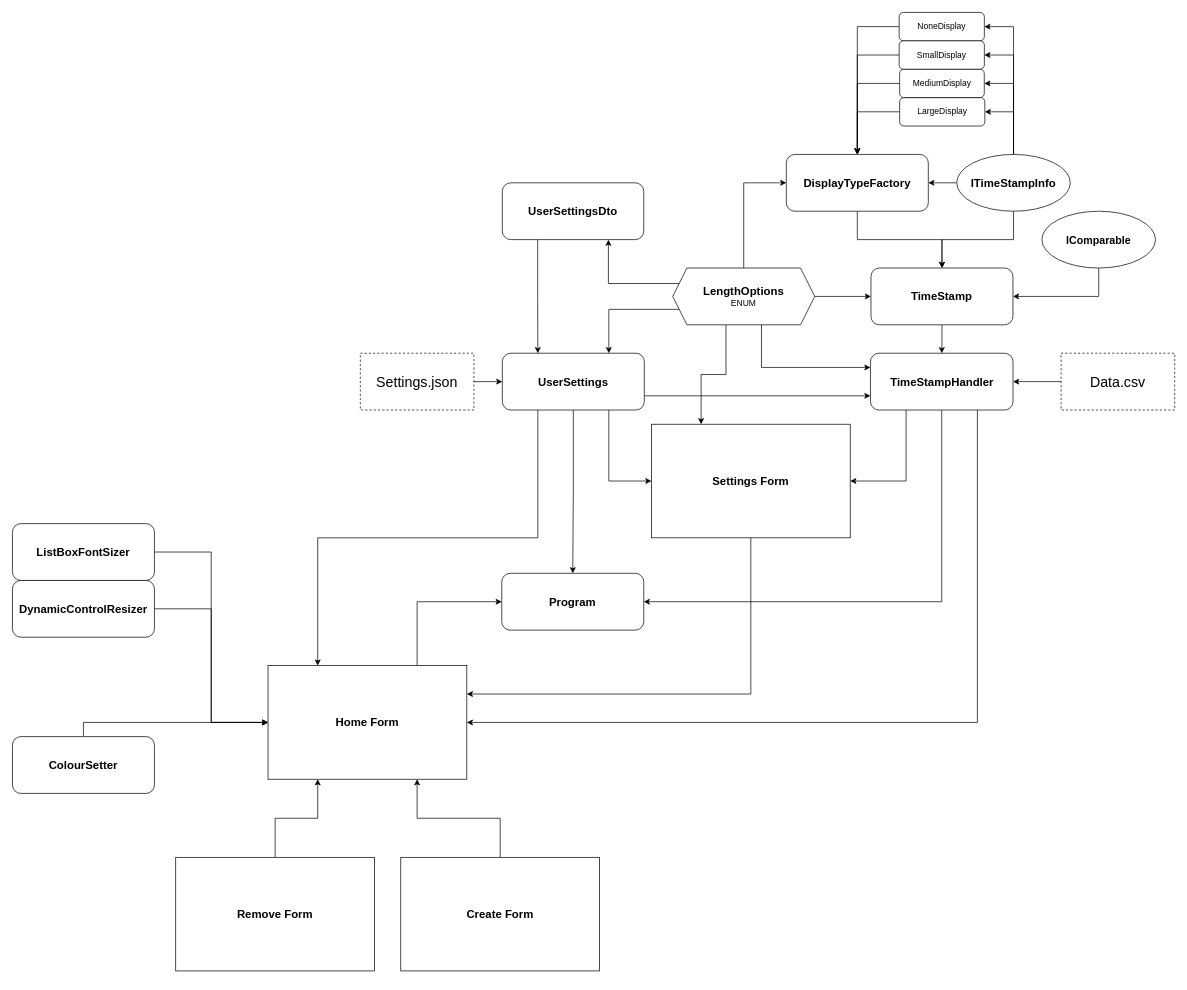
The draw.io diagram Chrono Count 3/ERD/ChronoCount3.drawio in Andy-Mckelvey05/Chrono-Count-3, before the edit. Source tidied: cells renumbered, new cells numbered last; positions are measured from the earlier drawing's top-left corner, leaving out a move shared by most shapes. Both pictures are drawn from the tidied source at 71%, with x=0, y=0 at pixel (12, 12).
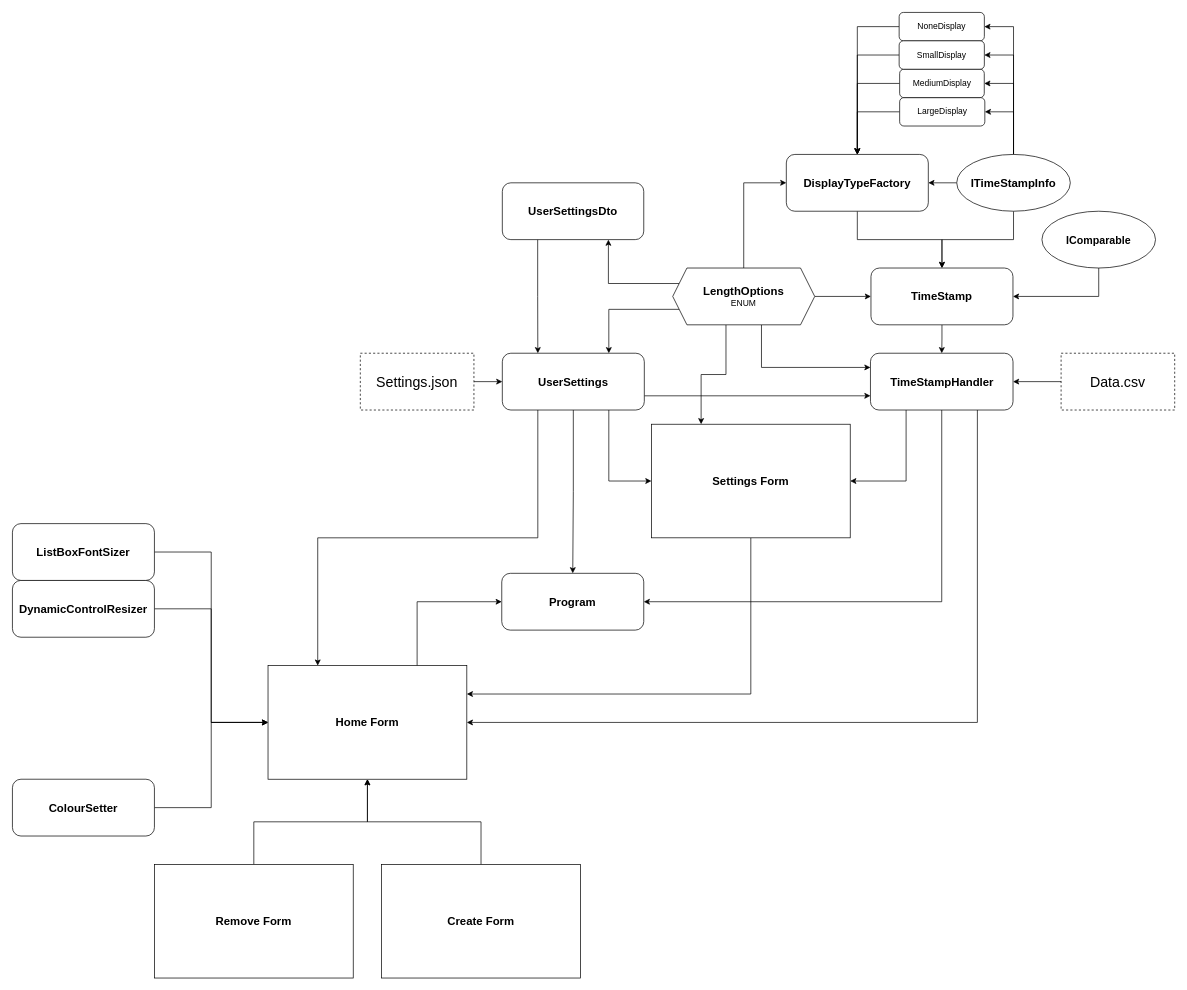
Above is the later version.

Commit message:
Pollished ERD

The change refers to these unchanged cells:
```xml
<mxCell id="47" value="&lt;b style=&quot;font-size: 16px;&quot;&gt;Home Form&lt;/b&gt;" style="rounded=0;whiteSpace=wrap;html=1;" parent="1" vertex="1">
  <mxGeometry x="360" y="920" width="280" height="160" as="geometry" />
</mxCell>
```

Diff of the diagram source:
```diff
@@
-    <mxCell id="48" style="edgeStyle=orthogonalEdgeStyle;rounded=0;jettySize=auto;html=1;exitX=0.5;exitY=0;exitDx=0;exitDy=0;entryX=0.75;entryY=1;entryDx=0;entryDy=0;" parent="1" edge="1" source="49" target="47">
+    <mxCell id="48" style="edgeStyle=orthogonalEdgeStyle;rounded=0;jettySize=auto;html=1;exitX=0.5;exitY=0;exitDx=0;exitDy=0;entryX=0.5;entryY=1;entryDx=0;entryDy=0;" parent="1" edge="1" source="49" target="47">
       <mxGeometry relative="1" as="geometry" />
     </mxCell>
     <mxCell id="49" value="&lt;b style=&quot;font-size: 16px;&quot;&gt;Create Form&lt;/b&gt;" style="rounded=0;whiteSpace=wrap;html=1;" parent="1" vertex="1">
-      <mxGeometry x="547" y="1190" width="280" height="160" as="geometry" />
+      <mxGeometry x="520" y="1200" width="280" height="160" as="geometry" />
     </mxCell>
-    <mxCell id="50" style="edgeStyle=orthogonalEdgeStyle;rounded=0;jettySize=auto;html=1;exitX=0.5;exitY=0;exitDx=0;exitDy=0;entryX=0.25;entryY=1;entryDx=0;entryDy=0;" parent="1" edge="1" source="51" target="47">
+    <mxCell id="50" style="edgeStyle=orthogonalEdgeStyle;rounded=0;jettySize=auto;html=1;exitX=0.5;exitY=0;exitDx=0;exitDy=0;entryX=0.5;entryY=1;entryDx=0;entryDy=0;" parent="1" edge="1" source="51" target="47">
       <mxGeometry relative="1" as="geometry" />
     </mxCell>
     <mxCell id="51" value="&lt;b style=&quot;font-size: 16px;&quot;&gt;Remove Form&lt;/b&gt;" style="rounded=0;whiteSpace=wrap;html=1;" parent="1" vertex="1">
-      <mxGeometry x="230" y="1190" width="280" height="160" as="geometry" />
+      <mxGeometry x="200" y="1200" width="280" height="160" as="geometry" />
     </mxCell>
@@
-    <mxCell id="58" style="edgeStyle=orthogonalEdgeStyle;rounded=0;jettySize=auto;html=1;exitX=0.5;exitY=0;exitDx=0;exitDy=0;entryX=0;entryY=0.5;entryDx=0;entryDy=0;" parent="1" edge="1" source="59" target="47">
+    <mxCell id="58" style="edgeStyle=orthogonalEdgeStyle;rounded=0;jettySize=auto;html=1;exitX=1;exitY=0.5;exitDx=0;exitDy=0;entryX=0;entryY=0.5;entryDx=0;entryDy=0;" parent="1" edge="1" source="59" target="47">
       <mxGeometry relative="1" as="geometry" />
     </mxCell>
     <mxCell id="59" value="&lt;span style=&quot;font-size: 16px;&quot;&gt;&lt;b&gt;ColourSetter&lt;/b&gt;&lt;/span&gt;" style="rounded=1;whiteSpace=wrap;html=1;" parent="1" vertex="1">
-      <mxGeometry y="1020" width="200" height="80" as="geometry" />
+      <mxGeometry y="1080" width="200" height="80" as="geometry" />
     </mxCell>
```
